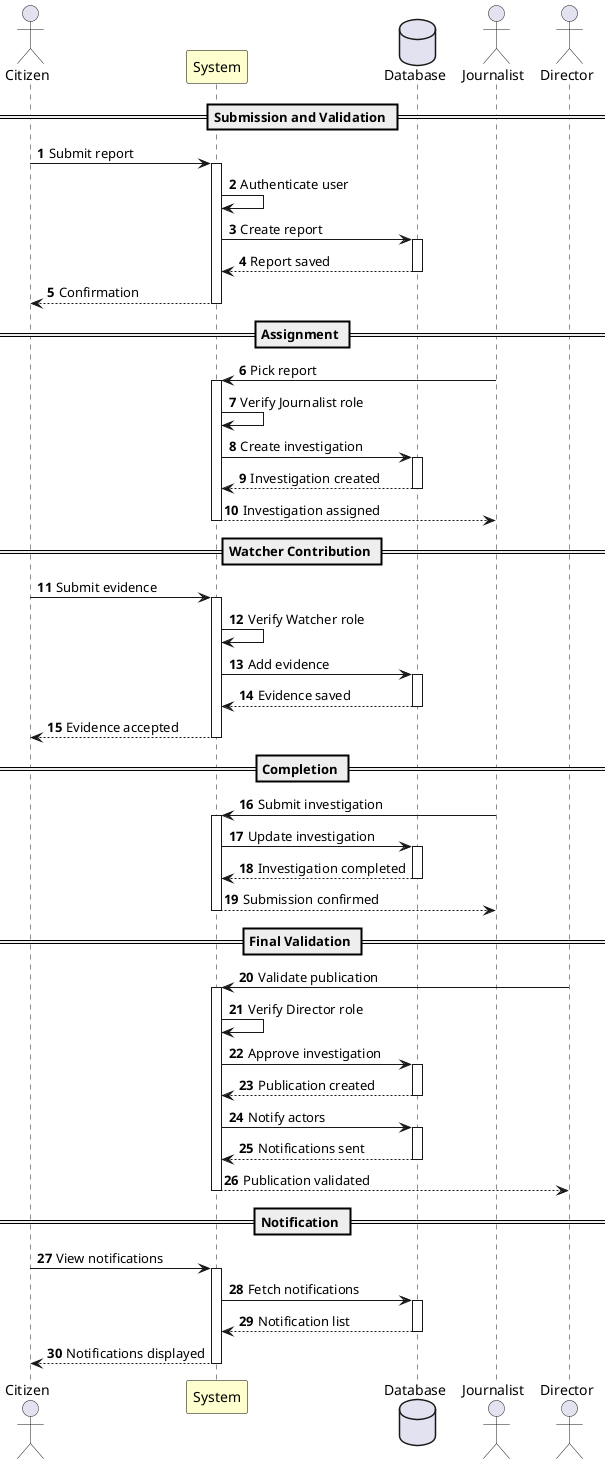
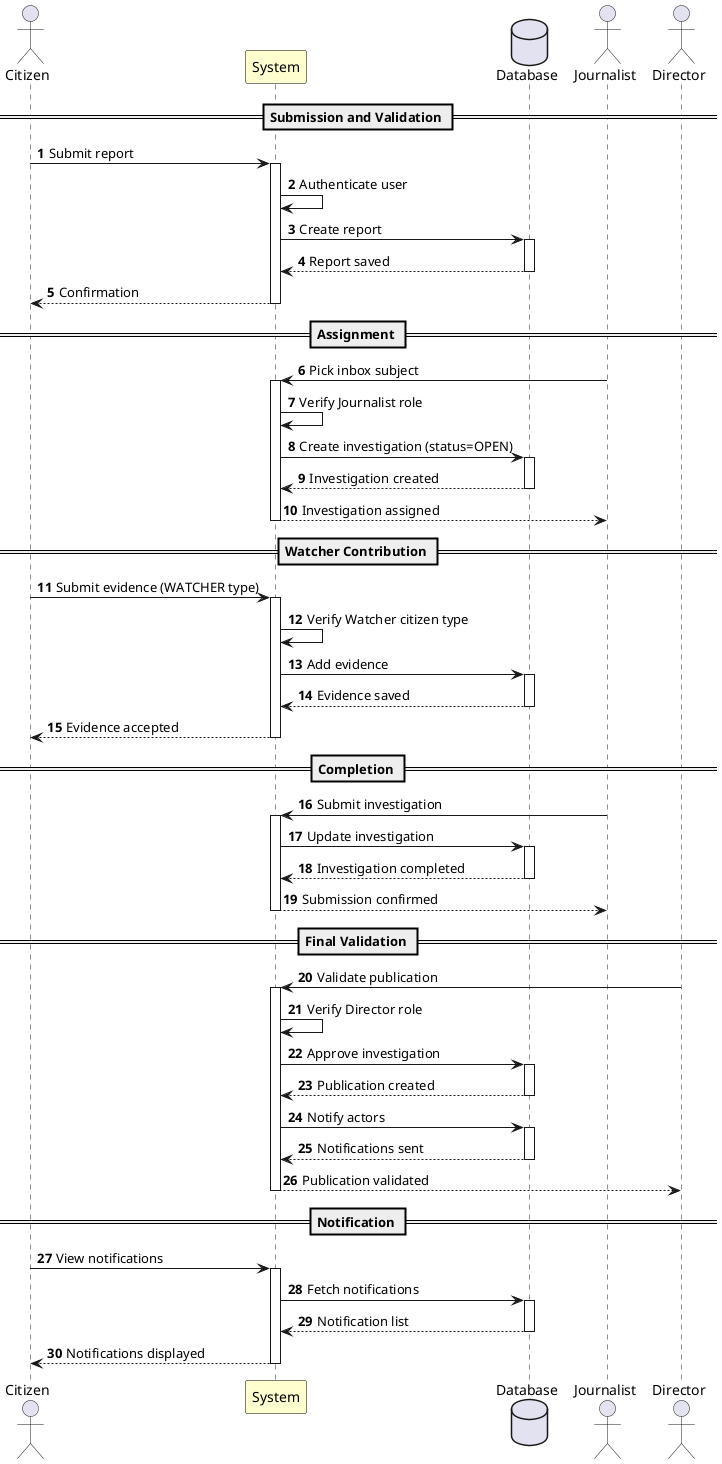
@startuml
autonumber
skinparam participantBackgroundColor #FEFECE
skinparam participantBorderColor #000000

' ==========================================
' ACTORS
' ==========================================
actor "Citizen" as Citizen
participant "System" as System
database "Database" as DB
actor "Journalist" as Journalist
actor "Director" as Director

' ==========================================
' MAIN FLOW
' ==========================================
== Submission and Validation ==

Citizen -> System : Submit report
activate System

System -> System : Authenticate user
System -> DB : Create report
activate DB
DB --> System : Report saved
deactivate DB

System --> Citizen : Confirmation
deactivate System

== Assignment ==

- Journalist -> System : Pick report
+ Journalist -> System : Pick inbox subject
activate System

System -> System : Verify Journalist role
- System -> DB : Create investigation
+ System -> DB : Create investigation (status=OPEN)
activate DB
DB --> System : Investigation created
deactivate DB

System --> Journalist : Investigation assigned
deactivate System

== Watcher Contribution ==

- Citizen -> System : Submit evidence
+ Citizen -> System : Submit evidence (WATCHER type)
activate System

- System -> System : Verify Watcher role
+ System -> System : Verify Watcher citizen type
System -> DB : Add evidence
activate DB
DB --> System : Evidence saved
deactivate DB

System --> Citizen : Evidence accepted
deactivate System

== Completion ==

Journalist -> System : Submit investigation
activate System

System -> DB : Update investigation
activate DB
DB --> System : Investigation completed
deactivate DB

System --> Journalist : Submission confirmed
deactivate System

== Final Validation ==

Director -> System : Validate publication
activate System

System -> System : Verify Director role
System -> DB : Approve investigation
activate DB
DB --> System : Publication created
deactivate DB

System -> DB : Notify actors
activate DB
DB --> System : Notifications sent
deactivate DB

System --> Director : Publication validated
deactivate System

== Notification ==

Citizen -> System : View notifications
activate System

System -> DB : Fetch notifications
activate DB
DB --> System : Notification list
deactivate DB

System --> Citizen : Notifications displayed
deactivate System

@enduml
